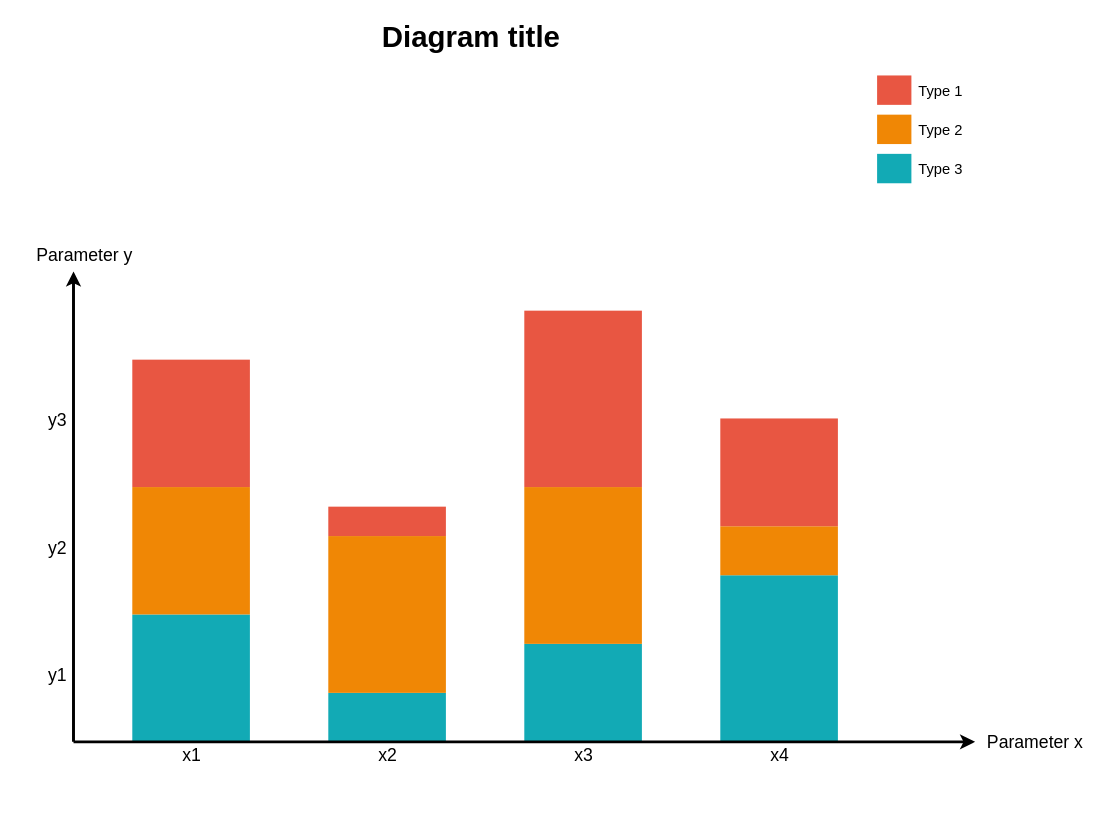
This is 模型存储柱状图.drawio from RexZheng-cug/chart, a draw.io file, before an edit. Source tidied: cells renumbered, new cells numbered last; positions are measured from the earlier drawing's top-left corner, leaving out a move shared by most shapes. Both pictures are drawn from the tidied source at 98%, with x=0, y=0 at pixel (34, 16).
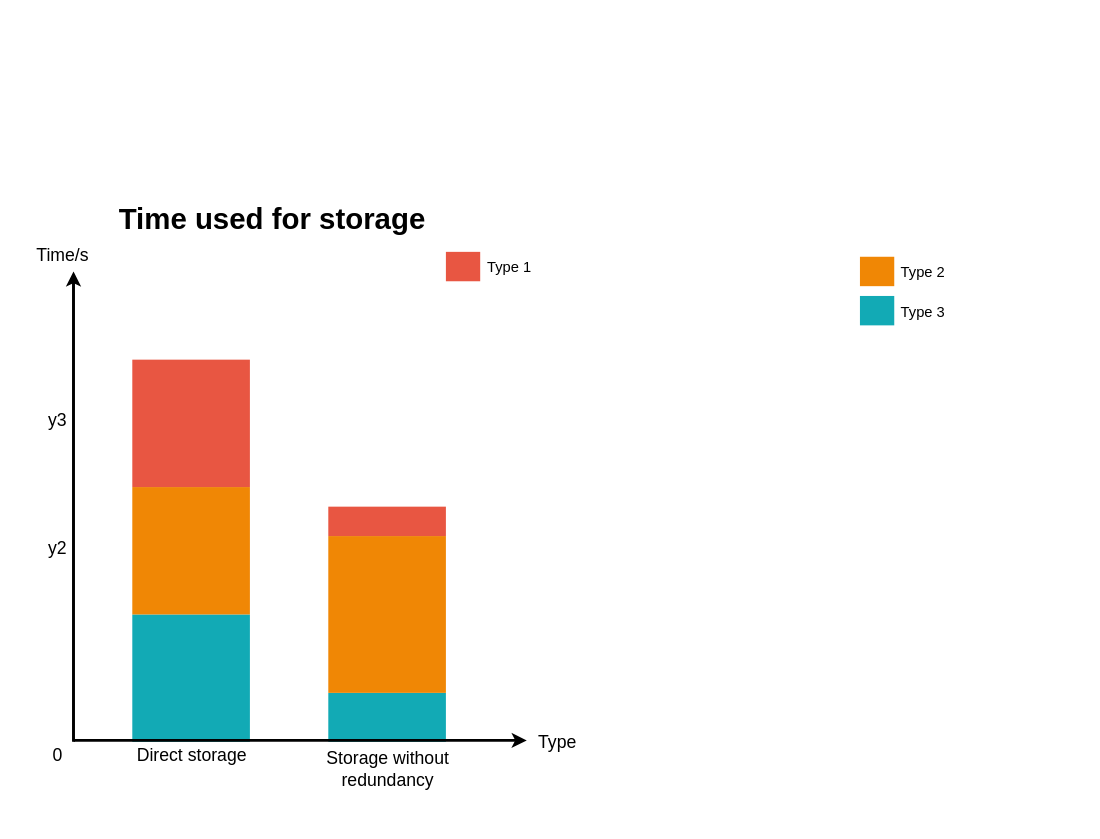
The same page after the edit.

Commit message:
更新模型存储柱状图.drawio

What changed in the source:
```diff
@@
-    <mxCell id="4" style="whiteSpace=wrap;fillColor=#12AAB5;gradientColor=none;gradientDirection=east;strokeColor=none;html=1;fontColor=#23445d;" parent="1" vertex="1">
-      <mxGeometry x="499.5" y="640.5" width="120" height="100" as="geometry" />
-    </mxCell>
-    <mxCell id="5" style="whiteSpace=wrap;fillColor=#12AAB5;gradientColor=none;gradientDirection=east;strokeColor=none;html=1;fontColor=#23445d;" parent="1" vertex="1">
-      <mxGeometry x="699.5" y="570.5" width="120" height="170" as="geometry" />
-    </mxCell>
@@
-    <mxCell id="11" style="whiteSpace=wrap;fillColor=#F08705;gradientColor=none;gradientDirection=east;strokeColor=none;html=1;fontColor=#23445d;" parent="1" vertex="1">
-      <mxGeometry x="499.5" y="480.5" width="120" height="160" as="geometry" />
-    </mxCell>
-    <mxCell id="12" style="whiteSpace=wrap;fillColor=#E85642;gradientColor=none;gradientDirection=east;strokeColor=none;html=1;fontColor=#23445d;" parent="1" vertex="1">
-      <mxGeometry x="499.5" y="300.5" width="120" height="180" as="geometry" />
-    </mxCell>
     <mxCell id="13" style="edgeStyle=none;html=1;fontColor=#000000;strokeWidth=3;strokeColor=#000000;" parent="1" edge="1">
       <mxGeometry relative="1" as="geometry">
-        <mxPoint x="39.5" y="740.5" as="sourcePoint" />
-        <mxPoint x="959.5" y="740.5" as="targetPoint" />
+        <mxPoint x="39.5" y="739" as="sourcePoint" />
+        <mxPoint x="502" y="739" as="targetPoint" />
       </mxGeometry>
     </mxCell>
-    <mxCell id="14" value="Parameter x" style="text;spacingTop=-5;html=1;fontSize=18;fontStyle=0;strokeColor=none;" parent="1" vertex="1">
-      <mxGeometry x="969.5" y="728.5" width="80" height="20" as="geometry" />
+    <mxCell id="14" value="Type" style="text;spacingTop=-5;html=1;fontSize=18;fontStyle=0;strokeColor=none;" parent="1" vertex="1">
+      <mxGeometry x="512" y="728.5" width="80" height="20" as="geometry" />
     </mxCell>
-    <mxCell id="15" value="x1" style="text;spacingTop=-5;align=center;verticalAlign=middle;fontStyle=0;html=1;fontSize=18;strokeColor=none;" parent="1" vertex="1">
+    <mxCell id="15" value="Direct storage" style="text;spacingTop=-5;align=center;verticalAlign=middle;fontStyle=0;html=1;fontSize=18;strokeColor=none;" parent="1" vertex="1">
       <mxGeometry x="99.5" y="742.5" width="120" height="30" as="geometry" />
     </mxCell>
-    <mxCell id="16" value="x2" style="text;spacingTop=-5;align=center;verticalAlign=middle;fontStyle=0;html=1;fontSize=18;strokeColor=none;" parent="1" vertex="1">
-      <mxGeometry x="299.5" y="742.5" width="120" height="30" as="geometry" />
+    <mxCell id="16" value="Storage without&lt;div&gt;redundancy&lt;/div&gt;" style="text;spacingTop=-5;align=center;verticalAlign=middle;fontStyle=0;html=1;fontSize=18;strokeColor=none;" parent="1" vertex="1">
+      <mxGeometry x="299.5" y="756" width="120" height="30" as="geometry" />
     </mxCell>
-    <mxCell id="17" value="x3" style="text;spacingTop=-5;align=center;verticalAlign=middle;fontStyle=0;html=1;fontSize=18;strokeColor=none;" parent="1" vertex="1">
-      <mxGeometry x="499.5" y="742.5" width="120" height="30" as="geometry" />
-    </mxCell>
     <mxCell id="18" style="whiteSpace=wrap;fillColor=#12AAB5;gradientColor=none;gradientDirection=east;strokeColor=none;html=1;fontColor=#23445d;" parent="1" vertex="1">
-      <mxGeometry x="859.5" y="140.5" width="35" height="30" as="geometry" />
+      <mxGeometry x="842" y="285.5" width="35" height="30" as="geometry" />
     </mxCell>
     <mxCell id="19" style="whiteSpace=wrap;fillColor=#F08705;gradientColor=none;gradientDirection=east;strokeColor=none;html=1;fontColor=#23445d;" parent="1" vertex="1">
-      <mxGeometry x="859.5" y="100.5" width="35" height="30" as="geometry" />
+      <mxGeometry x="842" y="245.5" width="35" height="30" as="geometry" />
     </mxCell>
     <mxCell id="20" style="whiteSpace=wrap;fillColor=#E85642;gradientColor=none;gradientDirection=east;strokeColor=none;html=1;fontColor=#23445d;" parent="1" vertex="1">
-      <mxGeometry x="859.5" y="60.5" width="35" height="30" as="geometry" />
+      <mxGeometry x="419.5" y="240.5" width="35" height="30" as="geometry" />
     </mxCell>
     <mxCell id="21" value="Type 1" style="text;spacingTop=-5;html=1;fontSize=15;" parent="1" vertex="1">
-      <mxGeometry x="899.5" y="65.5" width="80" height="20" as="geometry" />
+      <mxGeometry x="459.5" y="245.5" width="80" height="20" as="geometry" />
     </mxCell>
     <mxCell id="22" value="Type 2" style="text;spacingTop=-5;html=1;fontSize=15;" parent="1" vertex="1">
-      <mxGeometry x="899.5" y="105.5" width="80" height="20" as="geometry" />
+      <mxGeometry x="882" y="250.5" width="80" height="20" as="geometry" />
     </mxCell>
     <mxCell id="23" value="Type 3" style="text;spacingTop=-5;html=1;fontSize=15;" parent="1" vertex="1">
-      <mxGeometry x="899.5" y="145.5" width="80" height="20" as="geometry" />
+      <mxGeometry x="882" y="290.5" width="80" height="20" as="geometry" />
     </mxCell>
-    <mxCell id="24" value="Parameter y" style="text;spacingTop=-5;html=1;fontSize=18;fontStyle=0;" parent="1" vertex="1">
+    <mxCell id="24" value="Time/s" style="text;spacingTop=-5;html=1;fontSize=18;fontStyle=0;" parent="1" vertex="1">
       <mxGeometry x="-0.5" y="231.5" width="80" height="20" as="geometry" />
     </mxCell>
-    <mxCell id="25" value="y1" style="text;spacingTop=-5;align=center;verticalAlign=middle;fontStyle=0;html=1;fontSize=18;" parent="1" vertex="1">
-      <mxGeometry x="7.5" y="610.5" width="30" height="130" as="geometry" />
+    <mxCell id="25" value="0" style="text;spacingTop=-5;align=center;verticalAlign=middle;fontStyle=0;html=1;fontSize=18;" parent="1" vertex="1">
+      <mxGeometry x="7.5" y="692.5" width="30" height="130" as="geometry" />
     </mxCell>
@@
-    <mxCell id="28" value="&lt;font style=&quot;font-size: 30px;&quot;&gt;Diagram title&lt;/font&gt;" style="text;spacingTop=-5;align=center;verticalAlign=middle;fontSize=30;fontStyle=1;html=1;" parent="1" vertex="1">
-      <mxGeometry x="39.5" y="0.5" width="810" height="45" as="geometry" />
+    <mxCell id="28" value="&lt;font style=&quot;font-size: 30px;&quot;&gt;Time used for storage&lt;/font&gt;" style="text;spacingTop=-5;align=center;verticalAlign=middle;fontSize=30;fontStyle=1;html=1;" parent="1" vertex="1">
+      <mxGeometry x="-18" y="186.5" width="520" height="45" as="geometry" />
     </mxCell>
-    <mxCell id="29" style="whiteSpace=wrap;fillColor=#F08705;gradientColor=none;gradientDirection=east;strokeColor=none;html=1;fontColor=#23445d;" parent="1" vertex="1">
-      <mxGeometry x="699.5" y="520.5" width="120" height="50" as="geometry" />
-    </mxCell>
-    <mxCell id="30" style="whiteSpace=wrap;fillColor=#E85642;gradientColor=none;gradientDirection=east;strokeColor=none;html=1;fontColor=#23445d;" parent="1" vertex="1">
-      <mxGeometry x="699.5" y="410.5" width="120" height="110" as="geometry" />
-    </mxCell>
-    <mxCell id="31" value="x4" style="text;spacingTop=-5;align=center;verticalAlign=middle;fontStyle=0;html=1;fontSize=18;strokeColor=none;" parent="1" vertex="1">
-      <mxGeometry x="699.5" y="742.5" width="120" height="30" as="geometry" />
-    </mxCell>
```
